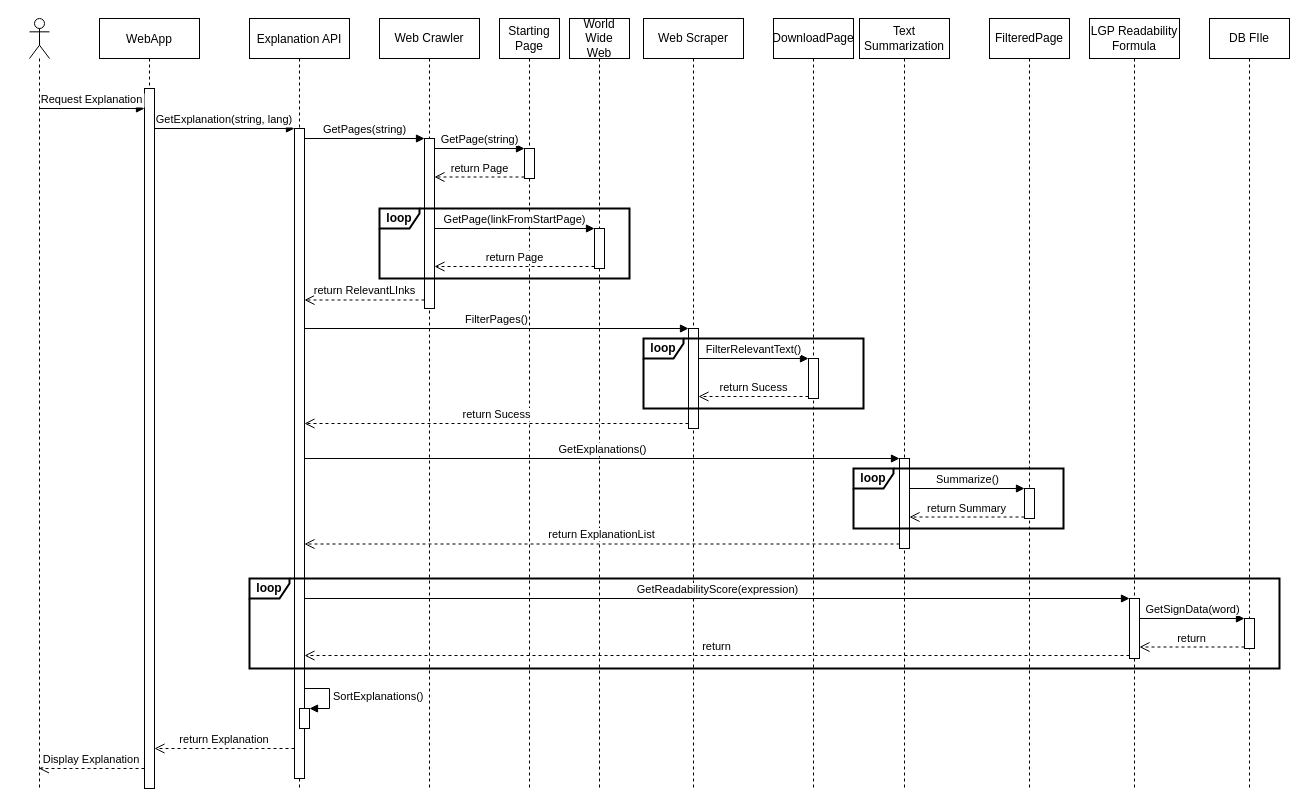
The draw.io diagram diagrams/US01_SD_Implement_Ap2.drawio in whzd/thesis, before the edit. Source tidied: cells renumbered, new cells numbered last; positions are measured from the earlier drawing's top-left corner, leaving out a move shared by most shapes. Both pictures are drawn from the tidied source at 100%, with x=0, y=0 at pixel (29, 18).
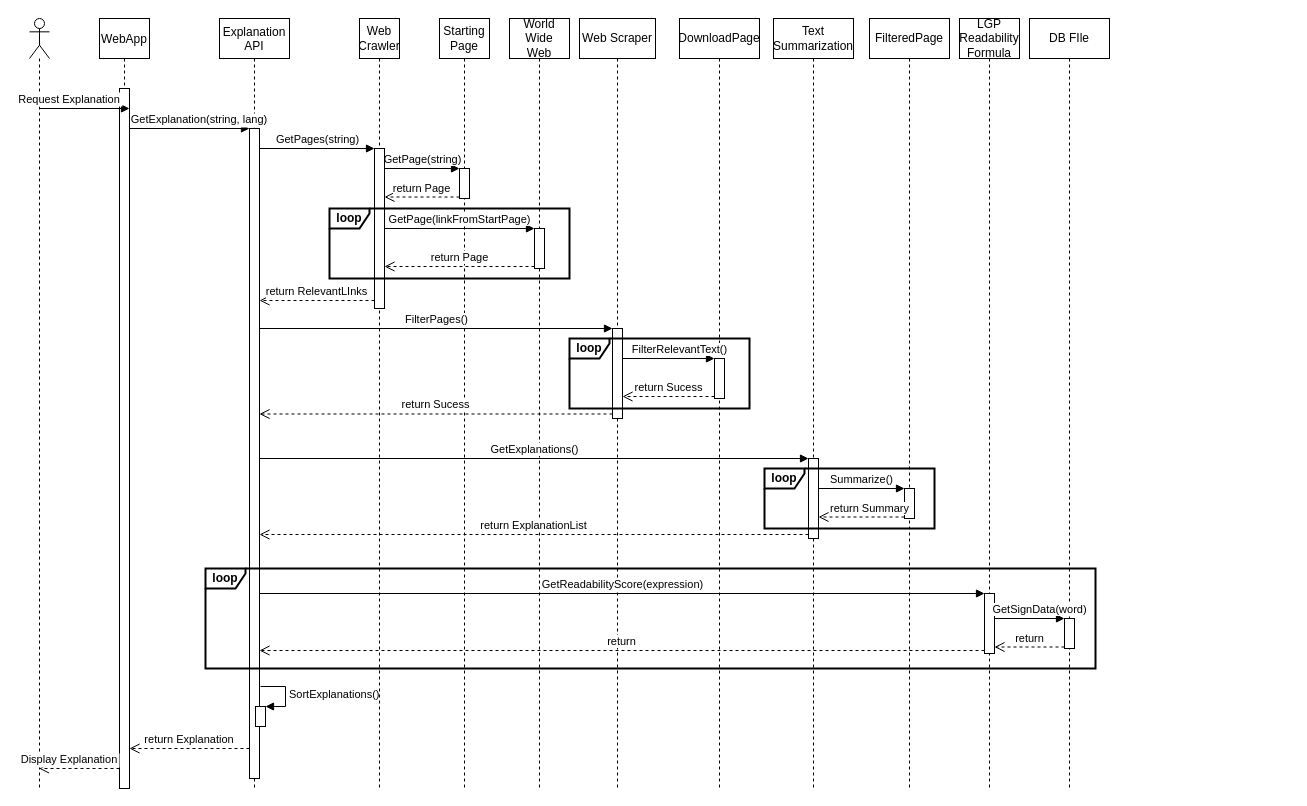
After the change.

The change refers to these unchanged cells:
```xml
<mxCell id="8" style="shape=umlLifeline;participant=umlActor;perimeter=lifelinePerimeter;whiteSpace=wrap;html=1;verticalAlign=top;spacingTop=36;outlineConnect=0;" parent="1" vertex="1">
  <mxGeometry width="20" height="770" as="geometry" />
</mxCell>
<mxCell id="14" style="html=1;points=[];perimeter=orthogonalPerimeter;" parent="13" vertex="1">
  <mxGeometry x="25" y="210" width="10" height="40" as="geometry" />
</mxCell>
<mxCell id="26" style="html=1;points=[];perimeter=orthogonalPerimeter;" parent="25" vertex="1">
  <mxGeometry x="35" y="340" width="10" height="40" as="geometry" />
</mxCell>
<mxCell id="32" style="html=1;points=[];perimeter=orthogonalPerimeter;" parent="31" vertex="1">
  <mxGeometry x="35" y="470" width="10" height="30" as="geometry" />
</mxCell>
<mxCell id="38" style="html=1;points=[];perimeter=orthogonalPerimeter;" parent="37" vertex="1">
  <mxGeometry x="35" y="600" width="10" height="30" as="geometry" />
</mxCell>
```

What changed in the source:
```diff
@@
     <mxCell id="2" value="WebApp" style="shape=umlLifeline;perimeter=lifelinePerimeter;rounded=0;shadow=0;strokeWidth=1;" parent="1" vertex="1">
-      <mxGeometry x="70" width="100" height="770" as="geometry" />
+      <mxGeometry x="70" width="50" height="770" as="geometry" />
     </mxCell>
     <mxCell id="3" style="points=[];perimeter=orthogonalPerimeter;rounded=0;shadow=0;strokeWidth=1;" parent="2" vertex="1">
-      <mxGeometry x="45" y="70" width="10" height="700" as="geometry" />
+      <mxGeometry x="20" y="70" width="10" height="700" as="geometry" />
     </mxCell>
-    <mxCell id="4" value="Explanation API" style="shape=umlLifeline;perimeter=lifelinePerimeter;rounded=0;shadow=0;strokeWidth=1;" parent="1" vertex="1">
-      <mxGeometry x="220" width="100" height="770" as="geometry" />
+    <mxCell id="4" value="Explanation&#10;API" style="shape=umlLifeline;perimeter=lifelinePerimeter;rounded=0;shadow=0;strokeWidth=1;" parent="1" vertex="1">
+      <mxGeometry x="190" width="70" height="770" as="geometry" />
     </mxCell>
     <mxCell id="5" style="points=[];perimeter=orthogonalPerimeter;rounded=0;shadow=0;strokeWidth=1;" parent="4" vertex="1">
-      <mxGeometry x="45" y="110" width="10" height="650" as="geometry" />
+      <mxGeometry x="30" y="110" width="10" height="650" as="geometry" />
     </mxCell>
+    <mxCell id="52" value="SortExplanations()" style="edgeStyle=orthogonalEdgeStyle;html=1;align=left;spacingLeft=2;endArrow=block;rounded=0;entryX=1;entryY=0;" parent="4" edge="1" target="51">
+      <mxGeometry relative="1" as="geometry">
+        <mxPoint x="41" y="668" as="sourcePoint" />
+        <Array as="points">
+          <mxPoint x="66" y="668" />
+        </Array>
+      </mxGeometry>
+    </mxCell>
+    <mxCell id="51" style="html=1;points=[];perimeter=orthogonalPerimeter;" parent="4" vertex="1">
+      <mxGeometry x="36" y="688" width="10" height="20" as="geometry" />
+    </mxCell>
@@
     <mxCell id="7" value="GetExplanation(string, lang)" style="verticalAlign=bottom;endArrow=block;entryX=0;entryY=0;shadow=0;strokeWidth=1;" parent="1" edge="1" source="3" target="5">
-      <mxGeometry relative="1" as="geometry" />
+      <mxGeometry x="0.17" relative="1" as="geometry" />
     </mxCell>
@@
     <mxCell id="9" value="&lt;div&gt;Starting&lt;/div&gt;&lt;div&gt;Page&lt;br&gt;&lt;/div&gt;" style="shape=umlLifeline;perimeter=lifelinePerimeter;whiteSpace=wrap;html=1;" parent="1" vertex="1">
-      <mxGeometry x="470" width="60" height="770" as="geometry" />
+      <mxGeometry x="410" width="50" height="770" as="geometry" />
     </mxCell>
     <mxCell id="10" style="html=1;points=[];perimeter=orthogonalPerimeter;" parent="9" vertex="1">
-      <mxGeometry x="25" y="130" width="10" height="30" as="geometry" />
+      <mxGeometry x="20" y="150" width="10" height="30" as="geometry" />
     </mxCell>
@@
     <mxCell id="13" value="&lt;div&gt;World&lt;/div&gt;&lt;div&gt;Wide&lt;/div&gt;&lt;div&gt;Web&lt;/div&gt;" style="shape=umlLifeline;perimeter=lifelinePerimeter;whiteSpace=wrap;html=1;" parent="1" vertex="1">
-      <mxGeometry x="540" width="60" height="770" as="geometry" />
+      <mxGeometry x="480" width="60" height="770" as="geometry" />
     </mxCell>
@@
-    <mxCell id="15" value="GetPage(linkFromStartPage)" style="html=1;verticalAlign=bottom;endArrow=block;entryX=0;entryY=0;" parent="1" edge="1" target="14">
-      <mxGeometry relative="1" as="geometry">
-        <mxPoint x="405" y="210" as="sourcePoint" />
-      </mxGeometry>
+    <mxCell id="15" value="GetPage(linkFromStartPage)" style="html=1;verticalAlign=bottom;endArrow=block;entryX=0;entryY=0;" parent="1" edge="1" source="17" target="14">
+      <mxGeometry relative="1" as="geometry" />
     </mxCell>
     <mxCell id="16" value="Web Crawler" style="shape=umlLifeline;perimeter=lifelinePerimeter;whiteSpace=wrap;html=1;" parent="1" vertex="1">
-      <mxGeometry x="350" width="100" height="770" as="geometry" />
+      <mxGeometry x="330" width="40" height="770" as="geometry" />
     </mxCell>
     <mxCell id="17" style="html=1;points=[];perimeter=orthogonalPerimeter;" parent="16" vertex="1">
-      <mxGeometry x="45" y="120" width="10" height="170" as="geometry" />
+      <mxGeometry x="15" y="130" width="10" height="160" as="geometry" />
     </mxCell>
@@
-    <mxCell id="20" value="return Page" style="html=1;verticalAlign=bottom;endArrow=open;dashed=1;endSize=8;exitX=0;exitY=0.95;" parent="1" edge="1" source="14">
-      <mxGeometry relative="1" as="geometry">
-        <mxPoint x="405" y="248" as="targetPoint" />
-      </mxGeometry>
+    <mxCell id="20" value="return Page" style="html=1;verticalAlign=bottom;endArrow=open;dashed=1;endSize=8;exitX=0;exitY=0.95;" parent="1" edge="1" source="14" target="17">
+      <mxGeometry relative="1" as="geometry" />
     </mxCell>
     <mxCell id="21" value="Web Scraper" style="shape=umlLifeline;perimeter=lifelinePerimeter;whiteSpace=wrap;html=1;" parent="1" vertex="1">
-      <mxGeometry x="614" width="100" height="770" as="geometry" />
+      <mxGeometry x="550" width="76" height="770" as="geometry" />
     </mxCell>
     <mxCell id="22" style="html=1;points=[];perimeter=orthogonalPerimeter;" parent="21" vertex="1">
-      <mxGeometry x="45" y="310" width="10" height="100" as="geometry" />
+      <mxGeometry x="33" y="310" width="10" height="90" as="geometry" />
     </mxCell>
@@
     <mxCell id="25" value="DownloadPage" style="shape=umlLifeline;perimeter=lifelinePerimeter;whiteSpace=wrap;html=1;" parent="1" vertex="1">
-      <mxGeometry x="744" width="80" height="770" as="geometry" />
+      <mxGeometry x="650" width="80" height="770" as="geometry" />
     </mxCell>
@@
     <mxCell id="27" value="FilterRelevantText()" style="html=1;verticalAlign=bottom;endArrow=block;entryX=0;entryY=0;" parent="1" edge="1" source="22" target="26">
-      <mxGeometry relative="1" as="geometry" />
+      <mxGeometry x="0.24" relative="1" as="geometry" />
     </mxCell>
@@
     <mxCell id="29" value="Text Summarization" style="shape=umlLifeline;perimeter=lifelinePerimeter;whiteSpace=wrap;html=1;" parent="1" vertex="1">
-      <mxGeometry x="830" width="90" height="770" as="geometry" />
+      <mxGeometry x="744" width="80" height="770" as="geometry" />
     </mxCell>
     <mxCell id="30" style="html=1;points=[];perimeter=orthogonalPerimeter;" parent="29" vertex="1">
-      <mxGeometry x="40" y="440" width="10" height="90" as="geometry" />
+      <mxGeometry x="35" y="440" width="10" height="80" as="geometry" />
     </mxCell>
     <mxCell id="31" value="FilteredPage" style="shape=umlLifeline;perimeter=lifelinePerimeter;whiteSpace=wrap;html=1;" parent="1" vertex="1">
-      <mxGeometry x="960" width="80" height="770" as="geometry" />
+      <mxGeometry x="840" width="80" height="770" as="geometry" />
     </mxCell>
@@
     <mxCell id="36" value="return Summary" style="html=1;verticalAlign=bottom;endArrow=open;dashed=1;endSize=8;exitX=0;exitY=0.95;" parent="1" edge="1" source="32" target="30">
-      <mxGeometry relative="1" as="geometry" />
+      <mxGeometry x="-0.19" relative="1" as="geometry" />
     </mxCell>
     <mxCell id="37" value="DB FIle" style="shape=umlLifeline;perimeter=lifelinePerimeter;whiteSpace=wrap;html=1;" parent="1" vertex="1">
-      <mxGeometry x="1180" width="80" height="770" as="geometry" />
+      <mxGeometry x="1000" width="80" height="770" as="geometry" />
     </mxCell>
@@
     <mxCell id="39" value="Display Explanation" style="verticalAlign=bottom;endArrow=open;dashed=1;endSize=8;shadow=0;strokeWidth=1;" parent="1" edge="1" source="3" target="8">
-      <mxGeometry relative="1" as="geometry">
+      <mxGeometry x="0.24" relative="1" as="geometry">
         <Array as="points">
           <mxPoint x="70" y="750" />
         </Array>
       </mxGeometry>
     </mxCell>
     <mxCell id="40" value="Request Explanation" style="verticalAlign=bottom;endArrow=block;shadow=0;strokeWidth=1;" parent="1" edge="1" source="8" target="3">
-      <mxGeometry relative="1" as="geometry">
+      <mxGeometry x="1" y="60" relative="1" as="geometry">
         <Array as="points">
           <mxPoint x="100" y="90" />
         </Array>
       </mxGeometry>
     </mxCell>
-    <mxCell id="41" value="loop" style="shape=umlFrame;whiteSpace=wrap;html=1;width=40;height=20;strokeWidth=2;fontStyle=1;" parent="1" vertex="1">
-      <mxGeometry x="614" y="320" width="220" height="70" as="geometry" />
-    </mxCell>
-    <mxCell id="42" value="loop" style="shape=umlFrame;whiteSpace=wrap;html=1;width=40;height=20;fontStyle=1;strokeWidth=2;" parent="1" vertex="1">
-      <mxGeometry x="350" y="190" width="250" height="70" as="geometry" />
-    </mxCell>
-    <mxCell id="43" value="loop" style="shape=umlFrame;whiteSpace=wrap;html=1;width=40;height=20;fontStyle=1;strokeWidth=2;" parent="1" vertex="1">
-      <mxGeometry x="824" y="450" width="210" height="60" as="geometry" />
-    </mxCell>
     <mxCell id="44" value="&lt;div&gt;LGP Readability Formula&lt;br&gt;&lt;/div&gt;" style="shape=umlLifeline;perimeter=lifelinePerimeter;whiteSpace=wrap;html=1;" parent="1" vertex="1">
-      <mxGeometry x="1060" width="90" height="770" as="geometry" />
+      <mxGeometry x="930" width="60" height="770" as="geometry" />
     </mxCell>
     <mxCell id="45" style="html=1;points=[];perimeter=orthogonalPerimeter;" parent="44" vertex="1">
-      <mxGeometry x="40" y="580" width="10" height="60" as="geometry" />
+      <mxGeometry x="25" y="575" width="10" height="60" as="geometry" />
     </mxCell>
-    <mxCell id="46" value="return" style="html=1;verticalAlign=bottom;endArrow=open;dashed=1;endSize=8;exitX=0;exitY=0.95;" parent="1" edge="1" source="45">
-      <mxGeometry relative="1" as="geometry">
-        <mxPoint x="275" y="637" as="targetPoint" />
-      </mxGeometry>
+    <mxCell id="46" value="return" style="html=1;verticalAlign=bottom;endArrow=open;dashed=1;endSize=8;exitX=0;exitY=0.95;" parent="1" edge="1" source="45" target="5">
+      <mxGeometry relative="1" as="geometry" />
     </mxCell>
-    <mxCell id="47" value="GetReadabilityScore(expression)" style="html=1;verticalAlign=bottom;endArrow=block;entryX=0;entryY=0;" parent="1" edge="1" target="45">
-      <mxGeometry relative="1" as="geometry">
-        <mxPoint x="275" y="580" as="sourcePoint" />
-      </mxGeometry>
+    <mxCell id="47" value="GetReadabilityScore(expression)" style="html=1;verticalAlign=bottom;endArrow=block;entryX=0;entryY=0;" parent="1" edge="1" source="5" target="45">
+      <mxGeometry relative="1" as="geometry" />
     </mxCell>
@@
     <mxCell id="49" value="GetSignData(word)" style="html=1;verticalAlign=bottom;endArrow=block;entryX=0;entryY=0;" parent="1" edge="1" source="45" target="38">
-      <mxGeometry relative="1" as="geometry" />
+      <mxGeometry x="0.29" relative="1" as="geometry" />
     </mxCell>
+    <mxCell id="41" value="loop" style="shape=umlFrame;whiteSpace=wrap;html=1;width=40;height=20;strokeWidth=2;fontStyle=1;" parent="1" vertex="1">
+      <mxGeometry x="540" y="320" width="180" height="70" as="geometry" />
+    </mxCell>
+    <mxCell id="42" value="loop" style="shape=umlFrame;whiteSpace=wrap;html=1;width=40;height=20;fontStyle=1;strokeWidth=2;" parent="1" vertex="1">
+      <mxGeometry x="300" y="190" width="240" height="70" as="geometry" />
+    </mxCell>
+    <mxCell id="43" value="loop" style="shape=umlFrame;whiteSpace=wrap;html=1;width=40;height=20;fontStyle=1;strokeWidth=2;" parent="1" vertex="1">
+      <mxGeometry x="735" y="450" width="170" height="60" as="geometry" />
+    </mxCell>
     <mxCell id="50" value="loop" style="shape=umlFrame;whiteSpace=wrap;html=1;width=40;height=20;fontStyle=1;strokeWidth=2;" parent="1" vertex="1">
-      <mxGeometry x="220" y="560" width="1030" height="90" as="geometry" />
+      <mxGeometry x="176" y="550" width="890" height="100" as="geometry" />
     </mxCell>
-    <mxCell id="51" style="html=1;points=[];perimeter=orthogonalPerimeter;" parent="1" vertex="1">
-      <mxGeometry x="270" y="690" width="10" height="20" as="geometry" />
-    </mxCell>
-    <mxCell id="52" value="SortExplanations()" style="edgeStyle=orthogonalEdgeStyle;html=1;align=left;spacingLeft=2;endArrow=block;rounded=0;entryX=1;entryY=0;" parent="1" edge="1" target="51">
-      <mxGeometry relative="1" as="geometry">
-        <mxPoint x="275" y="670" as="sourcePoint" />
-        <Array as="points">
-          <mxPoint x="300" y="670" />
-        </Array>
-      </mxGeometry>
-    </mxCell>
```
